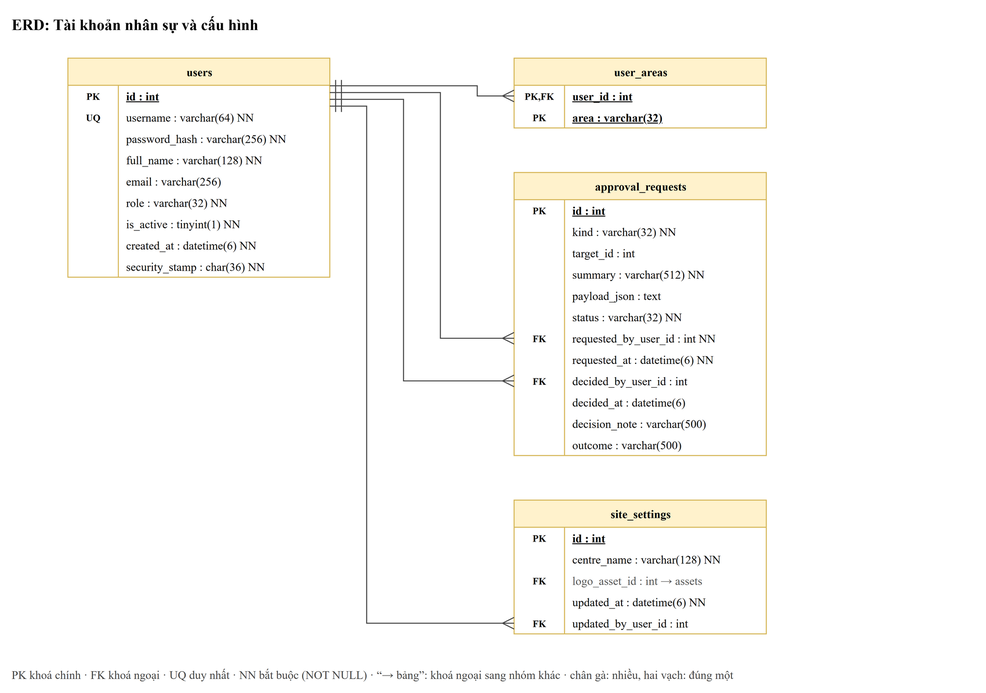
Above: thesis/diagrams/erd-accounts.drawio.png in trhlow/cambridge-exam-prep (draw.io), before the change. Source tidied: cells renumbered, new cells last; positions are measured from the earlier drawing's top-left corner, leaving out a move shared by most shapes.
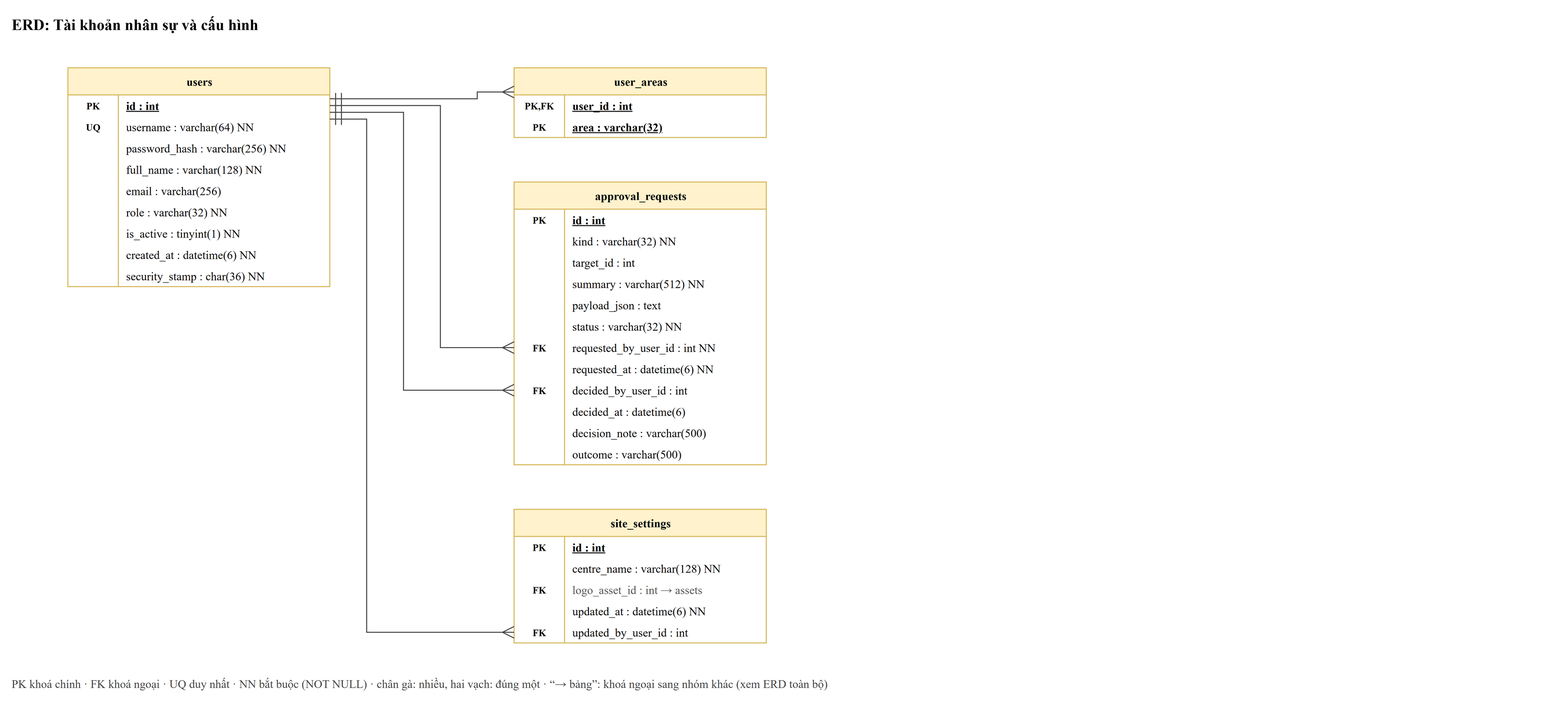
After the commit.

What changed in the source:
```diff
@@ -3,7 +3,7 @@
     <mxCell id="0" />
     <mxCell id="1" parent="0" />
     <mxCell id="2" value="ERD: Tài khoản nhân sự và cấu hình" style="text;html=1;align=left;verticalAlign=middle;fontFamily=Times New Roman;fontSize=12;fontSize=16;fontStyle=1;" parent="1" vertex="1">
-      <mxGeometry width="600" height="30" as="geometry" />
+      <mxGeometry y="-10" width="900" height="30" as="geometry" />
     </mxCell>
     <mxCell id="3" value="users" style="shape=table;startSize=28;rowLines=0;fontStyle=1;align=center;html=1;fontFamily=Times New Roman;fontSize=12;fillColor=#fff2cc;strokeColor=#d6b656;" parent="1" vertex="1">
       <mxGeometry x="60" y="50" width="270" height="226" as="geometry" />
@@ -271,46 +271,46 @@
     </mxCell>
     <mxCell id="91" style="rounded=0;html=1;startArrow=ERmany;startFill=0;endArrow=ERmandOne;endFill=0;startSize=10;endSize=10;strokeColor=#444444;" parent="1" edge="1">
       <mxGeometry relative="1" as="geometry">
-        <mxPoint x="520" y="633" as="sourcePoint" />
-        <mxPoint x="330" y="99.5" as="targetPoint" />
+        <mxPoint x="520" y="383" as="sourcePoint" />
+        <mxPoint x="330" y="96" as="targetPoint" />
         <Array as="points">
-          <mxPoint x="368" y="633" />
-          <mxPoint x="368" y="99.5" />
+          <mxPoint x="406" y="383" />
+          <mxPoint x="406" y="96" />
         </Array>
       </mxGeometry>
     </mxCell>
     <mxCell id="92" style="rounded=0;html=1;startArrow=ERmany;startFill=0;endArrow=ERmandOne;endFill=0;startSize=10;endSize=10;strokeColor=#444444;" parent="1" edge="1">
       <mxGeometry relative="1" as="geometry">
-        <mxPoint x="520" y="383" as="sourcePoint" />
-        <mxPoint x="330" y="92.5" as="targetPoint" />
+        <mxPoint x="520" y="339" as="sourcePoint" />
+        <mxPoint x="330" y="89" as="targetPoint" />
         <Array as="points">
-          <mxPoint x="406" y="383" />
-          <mxPoint x="406" y="92.5" />
+          <mxPoint x="444" y="339" />
+          <mxPoint x="444" y="89" />
         </Array>
       </mxGeometry>
     </mxCell>
     <mxCell id="93" style="rounded=0;html=1;startArrow=ERmany;startFill=0;endArrow=ERmandOne;endFill=0;startSize=10;endSize=10;strokeColor=#444444;" parent="1" edge="1">
       <mxGeometry relative="1" as="geometry">
-        <mxPoint x="520" y="339" as="sourcePoint" />
-        <mxPoint x="330" y="85.5" as="targetPoint" />
+        <mxPoint x="520" y="633" as="sourcePoint" />
+        <mxPoint x="330" y="103" as="targetPoint" />
         <Array as="points">
-          <mxPoint x="444" y="339" />
-          <mxPoint x="444" y="85.5" />
+          <mxPoint x="368" y="633" />
+          <mxPoint x="368" y="103" />
         </Array>
       </mxGeometry>
     </mxCell>
     <mxCell id="94" style="rounded=0;html=1;startArrow=ERmany;startFill=0;endArrow=ERmandOne;endFill=0;startSize=10;endSize=10;strokeColor=#444444;" parent="1" edge="1">
       <mxGeometry relative="1" as="geometry">
-        <mxPoint x="520" y="89" as="sourcePoint" />
-        <mxPoint x="330" y="78.5" as="targetPoint" />
+        <mxPoint x="520" y="75" as="sourcePoint" />
+        <mxPoint x="330" y="82" as="targetPoint" />
         <Array as="points">
-          <mxPoint x="482" y="89" />
-          <mxPoint x="482" y="78.5" />
+          <mxPoint x="482" y="75" />
+          <mxPoint x="482" y="82" />
         </Array>
       </mxGeometry>
     </mxCell>
-    <mxCell id="95" value="PK khoá chính · FK khoá ngoại · UQ duy nhất · NN bắt buộc (NOT NULL) · “→ bảng”: khoá ngoại sang nhóm khác · chân gà: nhiều, hai vạch: đúng một" style="text;html=1;align=left;verticalAlign=middle;fontFamily=Times New Roman;fontSize=12;fontColor=#444444;" parent="1" vertex="1">
-      <mxGeometry y="674" width="1000" height="24" as="geometry" />
+    <mxCell id="95" value="PK khoá chính · FK khoá ngoại · UQ duy nhất · NN bắt buộc (NOT NULL) · chân gà: nhiều, hai vạch: đúng một · “→ bảng”: khoá ngoại sang nhóm khác (xem ERD toàn bộ)" style="text;html=1;align=left;verticalAlign=middle;fontFamily=Times New Roman;fontSize=12;fontColor=#444444;" parent="1" vertex="1">
+      <mxGeometry y="674" width="1600" height="24" as="geometry" />
     </mxCell>
   </root>
 </mxGraphModel>
```
